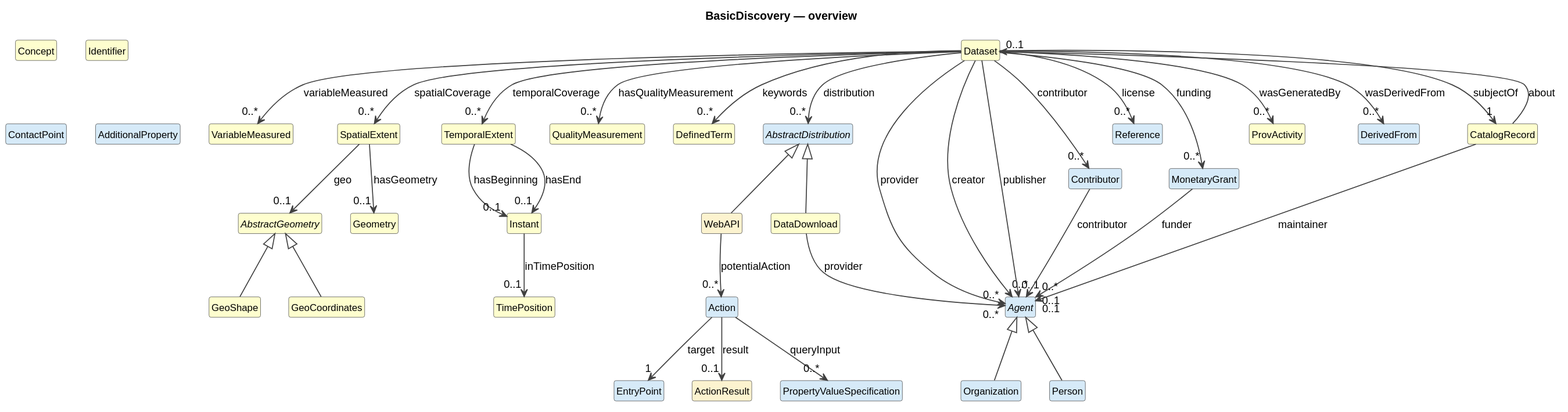
Cross-Domain-Interoperability-Framework/metadataBuildingBlocks keeps this PlantUML diagram as cdif-uml-model/_plantuml/cdifDiscovery/index.svg. Above is the earlier version.
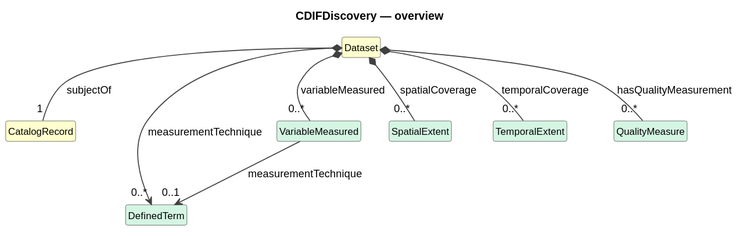
Later version of the same file.

Diff of the diagram source:
```diff
@@ -1,5 +1,5 @@
 @startuml
-title BasicDiscovery — overview
+title CDIFDiscovery — overview
 hide circle
 hide empty members
 skinparam shadowing false
@@ -11,70 +11,17 @@
 }
 
 class "Dataset" as Dataset #FEFECE
-class "VariableMeasured" as VariableMeasured #FEFECE
-class "SpatialExtent" as SpatialExtent #FEFECE
-abstract class "AbstractGeometry" as AbstractGeometry #FEFECE
-class "GeoCoordinates" as GeoCoordinates #FEFECE
-class "GeoShape" as GeoShape #FEFECE
-class "TemporalExtent" as TemporalExtent #FEFECE
-class "Instant" as Instant #FEFECE
-class "TimePosition" as TimePosition #FEFECE
-class "Geometry" as Geometry #FEFECE
-class "QualityMeasurement" as QualityMeasurement #FEFECE
-class "Concept" as Concept #FEFECE
-class "Identifier" as Identifier #FEFECE
-class "DefinedTerm" as DefinedTerm #FEFECE
-abstract class "AbstractDistribution" as AbstractDistribution #D6EAF8
-class "DataDownload" as DataDownload #FEFECE
-class "WebAPI" as WebAPI #FCF3CF
-class "Action" as Action #D6EAF8
-class "EntryPoint" as EntryPoint #D6EAF8
-class "ActionResult" as ActionResult #FCF3CF
-class "PropertyValueSpecification" as PropertyValueSpecification #D6EAF8
-abstract class "Agent" as Agent #D6EAF8
-class "Person" as Person #D6EAF8
-class "ContactPoint" as ContactPoint #D6EAF8
-class "Organization" as Organization #D6EAF8
-class "Contributor" as Contributor #D6EAF8
-class "AdditionalProperty" as AdditionalProperty #D6EAF8
-class "Reference" as Reference #D6EAF8
-class "MonetaryGrant" as MonetaryGrant #D6EAF8
-class "ProvActivity" as ProvActivity #FEFECE
-class "DerivedFrom" as DerivedFrom #D6EAF8
 class "CatalogRecord" as CatalogRecord #FEFECE
-AbstractGeometry <|-- GeoCoordinates
-AbstractGeometry <|-- GeoShape
-AbstractDistribution <|-- DataDownload
-AbstractDistribution <|-- WebAPI
-Agent <|-- Person
-Agent <|-- Organization
-Dataset --> "0..*" VariableMeasured : variableMeasured
-Dataset --> "0..*" SpatialExtent : spatialCoverage
-Dataset --> "0..*" TemporalExtent : temporalCoverage
-Dataset --> "0..*" QualityMeasurement : hasQualityMeasurement
-Dataset --> "0..*" Agent : provider
-Dataset --> "0..*" AbstractDistribution : distribution
-Dataset --> "0..*" Agent : creator
-Dataset --> "0..*" Contributor : contributor
-Dataset --> "0..1" Agent : publisher
-Dataset --> "0..*" MonetaryGrant : funding
-Dataset --> "0..*" ProvActivity : wasGeneratedBy
-Dataset --> "0..*" DerivedFrom : wasDerivedFrom
-Dataset --> "1" CatalogRecord : subjectOf
-Dataset --> "0..*" DefinedTerm : keywords
-Dataset --> "0..*" Reference : license
-SpatialExtent --> "0..1" AbstractGeometry : geo
-SpatialExtent --> "0..1" Geometry : hasGeometry
-TemporalExtent --> "0..1" Instant : hasBeginning
-TemporalExtent --> "0..1" Instant : hasEnd
-Instant --> "0..1" TimePosition : inTimePosition
-DataDownload --> "0..*" Agent : provider
-WebAPI --> "0..*" Action : potentialAction
-Action --> "1" EntryPoint : target
-Action --> "0..1" ActionResult : result
-Action --> "0..*" PropertyValueSpecification : queryInput
-Contributor --> "0..1" Agent : contributor
-MonetaryGrant --> "0..*" Agent : funder
-CatalogRecord --> "0..1" Dataset : about
-CatalogRecord --> "0..1" Agent : maintainer
+class "DefinedTerm" as DefinedTerm #D5F5E3
+class "VariableMeasured" as VariableMeasured #D5F5E3
+class "SpatialExtent" as SpatialExtent #D5F5E3
+class "TemporalExtent" as TemporalExtent #D5F5E3
+class "QualityMeasure" as QualityMeasure #D5F5E3
+Dataset *-- "1" CatalogRecord : subjectOf
+Dataset --> "0..*" DefinedTerm : measurementTechnique
+Dataset *-- "0..*" VariableMeasured : variableMeasured
+Dataset *-- "0..*" SpatialExtent : spatialCoverage
+Dataset *-- "0..*" TemporalExtent : temporalCoverage
+Dataset *-- "0..*" QualityMeasure : hasQualityMeasurement
+VariableMeasured --> "0..1" DefinedTerm : measurementTechnique
 @enduml
```
